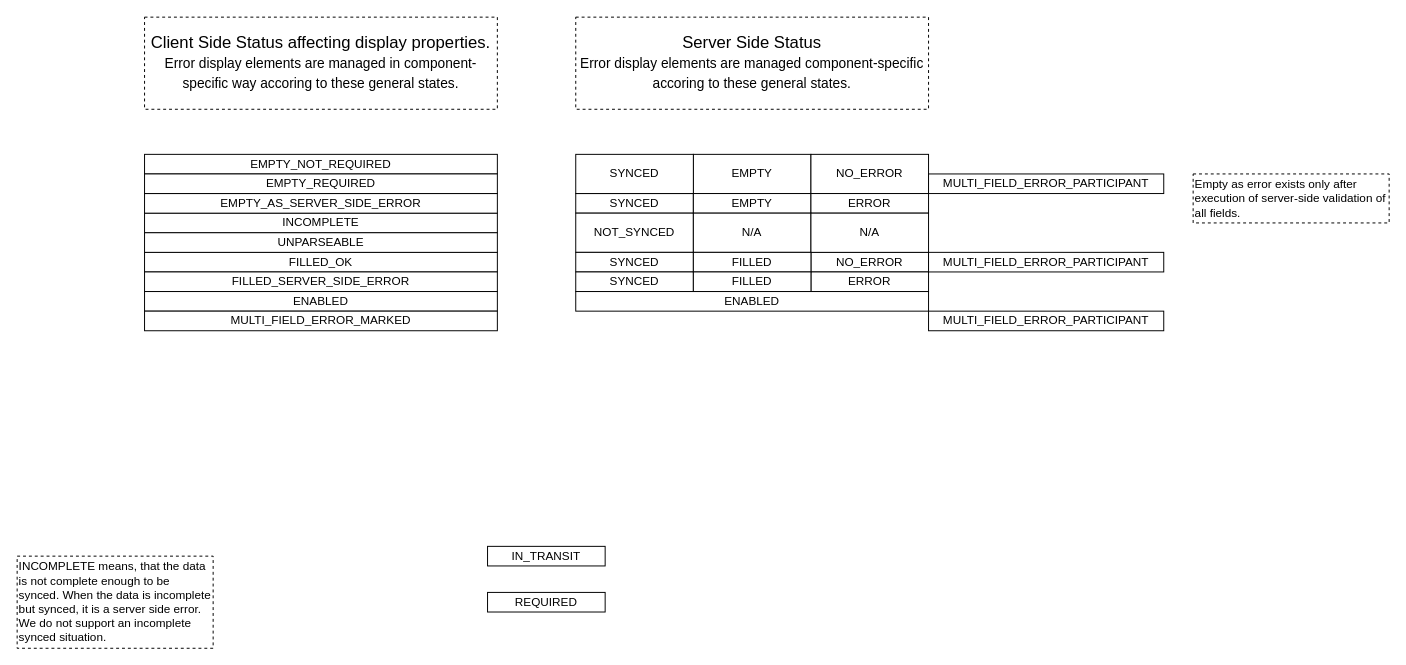
Above: docu/GuiElementStates.drawio in fzenner/kalinda (draw.io), before the change. Source tidied: cells renumbered, new cells numbered last; positions are measured from the earlier drawing's top-left corner, leaving out a move shared by most shapes. Both pictures are drawn from the tidied source at 98%, with x=0, y=0 at pixel (17, 17).
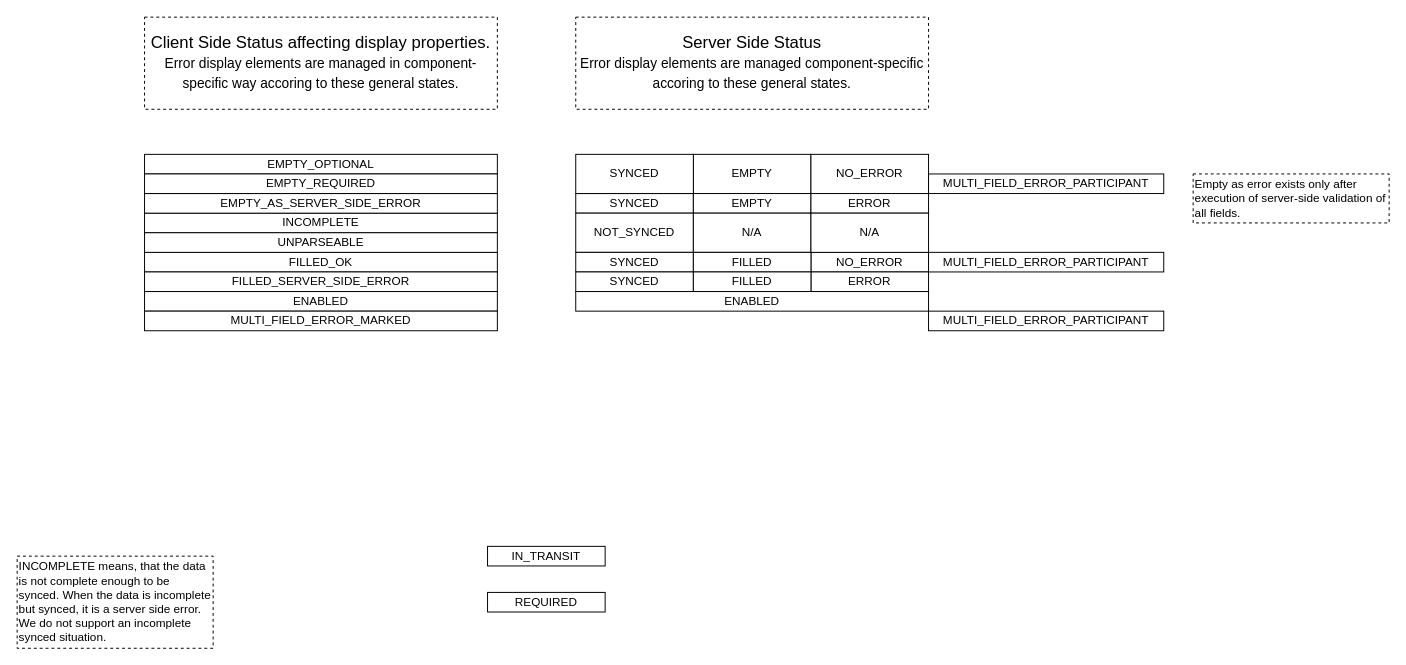
Above is the later version.

Change to the diagram source:
```diff
@@
-    <mxCell id="12" value="EMPTY_NOT_REQUIRED" style="rounded=0;whiteSpace=wrap;html=1;" parent="1" vertex="1">
+    <mxCell id="12" value="EMPTY_OPTIONAL" style="rounded=0;whiteSpace=wrap;html=1;" parent="1" vertex="1">
       <mxGeometry x="130" y="140" width="360" height="20" as="geometry" />
     </mxCell>
```
